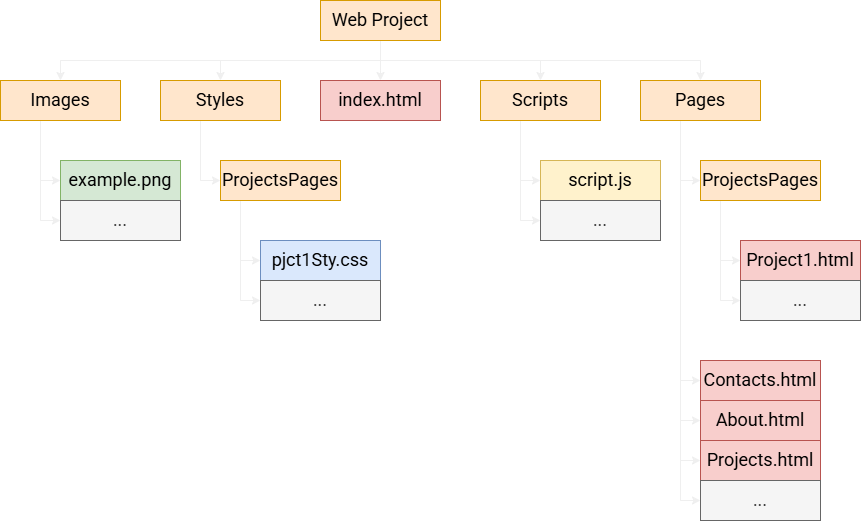
Earlier version of the draw.io export Images/folderLayout.png (Neema-Fanaie/Web-Project). Source tidied: cells renumbered, new cells last; positions are measured from the earlier drawing's top-left corner, leaving out a move shared by most shapes.
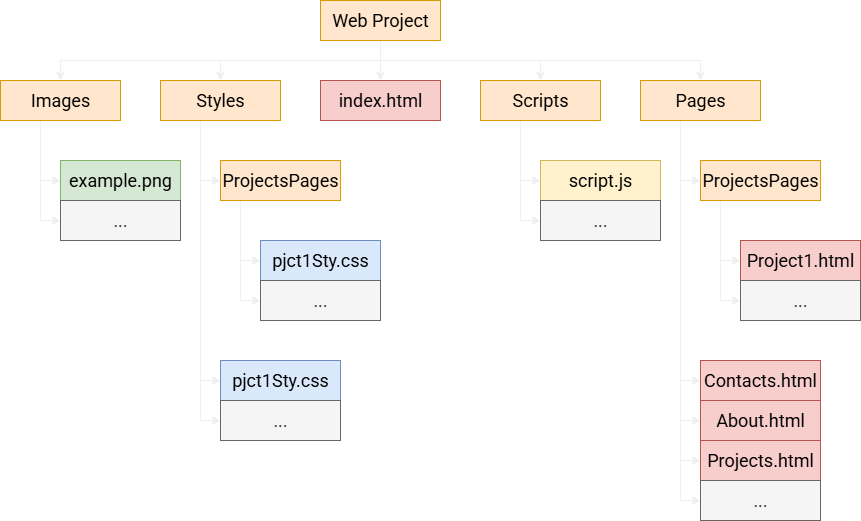
The same diagram one commit later.

What changed in the source:
```diff
@@ -107,6 +107,20 @@
         </Array>
       </mxGeometry>
     </mxCell>
+    <mxCell id="41" style="edgeStyle=orthogonalEdgeStyle;rounded=0;jettySize=auto;html=1;entryX=0;entryY=0.5;entryDx=0;entryDy=0;strokeColor=#EFEFEF;" parent="1" edge="1" source="18" target="43">
+      <mxGeometry relative="1" as="geometry">
+        <Array as="points">
+          <mxPoint x="200" y="380" />
+        </Array>
+      </mxGeometry>
+    </mxCell>
+    <mxCell id="42" style="edgeStyle=orthogonalEdgeStyle;rounded=0;jettySize=auto;html=1;entryX=0;entryY=0.5;entryDx=0;entryDy=0;strokeColor=#EFEFEF;" parent="1" edge="1" source="18" target="44">
+      <mxGeometry relative="1" as="geometry">
+        <Array as="points">
+          <mxPoint x="200" y="420" />
+        </Array>
+      </mxGeometry>
+    </mxCell>
     <mxCell id="18" value="&lt;font face=&quot;Roboto&quot; style=&quot;font-size: 18px;&quot;&gt;Styles&lt;/font&gt;" style="rounded=0;whiteSpace=wrap;html=1;fillColor=#ffe6cc;strokeColor=#d79b00;" parent="1" vertex="1">
       <mxGeometry x="160" y="80" width="120" height="40" as="geometry" />
     </mxCell>
@@ -200,5 +214,11 @@
     <mxCell id="40" value="&lt;span style=&quot;font-size: 18px;&quot;&gt;&lt;font face=&quot;Roboto&quot;&gt;...&lt;/font&gt;&lt;/span&gt;" style="rounded=0;whiteSpace=wrap;html=1;fillColor=#f5f5f5;strokeColor=#666666;fontColor=#333333;" parent="1" vertex="1">
       <mxGeometry x="60" y="200" width="120" height="40" as="geometry" />
     </mxCell>
+    <mxCell id="43" value="&lt;font face=&quot;Roboto&quot; style=&quot;font-size: 18px;&quot;&gt;pjct1Sty.css&lt;/font&gt;" style="rounded=0;whiteSpace=wrap;html=1;fillColor=#dae8fc;strokeColor=#6c8ebf;" parent="1" vertex="1">
+      <mxGeometry x="220" y="360" width="120" height="40" as="geometry" />
+    </mxCell>
+    <mxCell id="44" value="&lt;span style=&quot;font-size: 18px;&quot;&gt;&lt;font face=&quot;Roboto&quot;&gt;...&lt;/font&gt;&lt;/span&gt;" style="rounded=0;whiteSpace=wrap;html=1;fillColor=#f5f5f5;strokeColor=#666666;fontColor=#333333;" parent="1" vertex="1">
+      <mxGeometry x="220" y="400" width="120" height="40" as="geometry" />
+    </mxCell>
   </root>
 </mxGraphModel>
```
